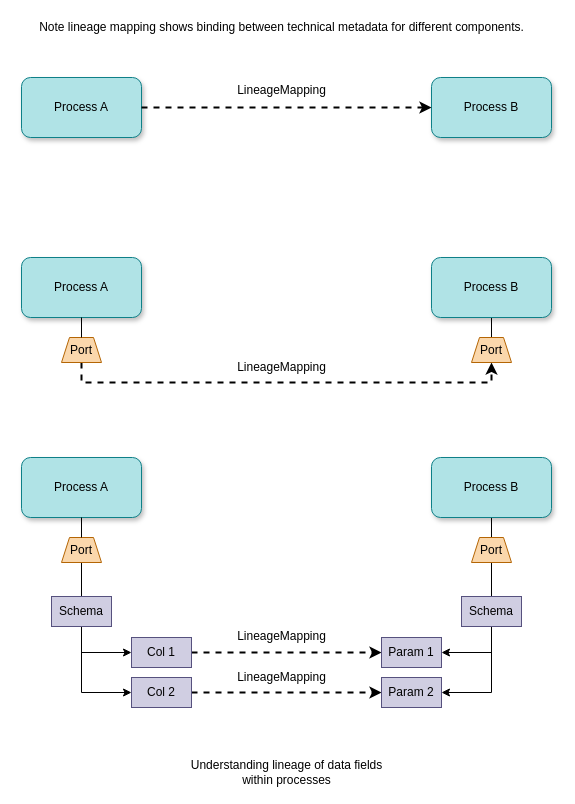
This is page "understanding-data-fields" (5 of 8) of site/docs/features/lineage-management/lineage.drawio from odpi/egeria-docs, a draw.io file, before an edit. Source tidied: cells renumbered, new cells numbered last; positions are measured from the earlier drawing's top-left corner, leaving out a move shared by most shapes. Both pictures are drawn from the tidied source at 100%, with x=0, y=0 at pixel (21, 17).
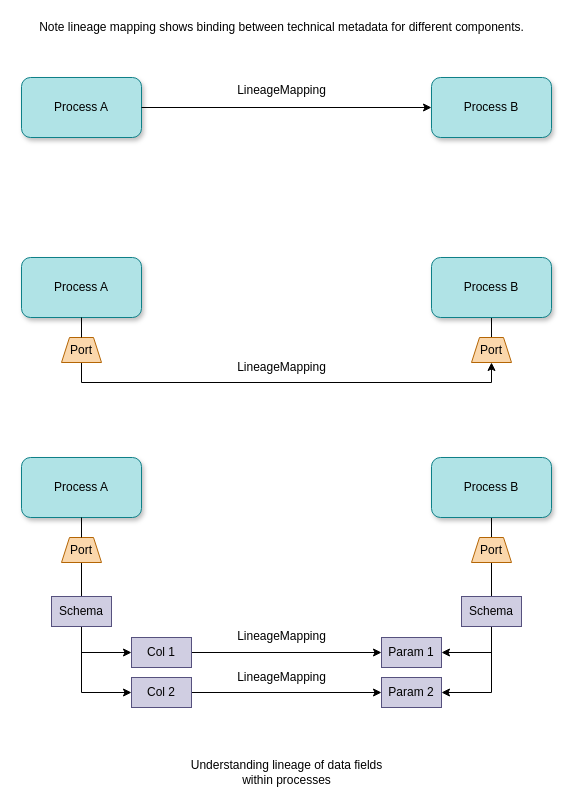
The same page after the edit.

Unchanged cells that the change refers to:
```xml
<mxCell id="10" value="Col 1" style="rounded=0;whiteSpace=wrap;html=1;fillColor=#d0cee2;strokeColor=#56517e;" parent="1" vertex="1">
  <mxGeometry x="110" y="620" width="60" height="30" as="geometry" />
</mxCell>
<mxCell id="12" value="Col 2" style="rounded=0;whiteSpace=wrap;html=1;fillColor=#d0cee2;strokeColor=#56517e;" parent="1" vertex="1">
  <mxGeometry x="110" y="660" width="60" height="30" as="geometry" />
</mxCell>
<mxCell id="18" value="Param 1" style="rounded=0;whiteSpace=wrap;html=1;fillColor=#d0cee2;strokeColor=#56517e;" parent="1" vertex="1">
  <mxGeometry x="360" y="620" width="60" height="30" as="geometry" />
</mxCell>
<mxCell id="19" value="Param 2" style="rounded=0;whiteSpace=wrap;html=1;fillColor=#d0cee2;strokeColor=#56517e;" parent="1" vertex="1">
  <mxGeometry x="360" y="660" width="60" height="30" as="geometry" />
</mxCell>
<mxCell id="30" value="Port" style="shape=trapezoid;perimeter=trapezoidPerimeter;whiteSpace=wrap;html=1;rotation=0;fillColor=#fad7ac;strokeColor=#b46504;" parent="1" vertex="1">
  <mxGeometry x="450" y="320" width="40" height="25" as="geometry" />
</mxCell>
<mxCell id="31" value="Port" style="shape=trapezoid;perimeter=trapezoidPerimeter;whiteSpace=wrap;html=1;rotation=0;fillColor=#fad7ac;strokeColor=#b46504;" parent="1" vertex="1">
  <mxGeometry x="40" y="320" width="40" height="25" as="geometry" />
</mxCell>
<mxCell id="33" value="Process A" style="rounded=1;whiteSpace=wrap;html=1;fillColor=#b0e3e6;strokeColor=#0e8088;shadow=1;" parent="1" vertex="1">
  <mxGeometry y="60" width="120" height="60" as="geometry" />
</mxCell>
<mxCell id="34" value="Process B" style="rounded=1;whiteSpace=wrap;html=1;fillColor=#b0e3e6;strokeColor=#0e8088;shadow=1;" parent="1" vertex="1">
  <mxGeometry x="410" y="60" width="120" height="60" as="geometry" />
</mxCell>
```

Change to the diagram source:
```diff
@@
-    <mxCell id="9" style="edgeStyle=orthogonalEdgeStyle;rounded=0;jettySize=auto;html=1;startArrow=none;startFill=0;endArrow=classic;endFill=1;dashed=1;strokeWidth=2;" parent="1" edge="1" source="10" target="18">
+    <mxCell id="9" style="edgeStyle=orthogonalEdgeStyle;rounded=0;jettySize=auto;html=1;startArrow=none;startFill=0;endArrow=classic;endFill=1;strokeWidth=1;" parent="1" edge="1" source="10" target="18">
       <mxGeometry relative="1" as="geometry" />
     </mxCell>
@@
-    <mxCell id="11" style="edgeStyle=orthogonalEdgeStyle;rounded=0;jettySize=auto;html=1;exitX=1;exitY=0.5;exitDx=0;exitDy=0;startArrow=none;startFill=0;endArrow=classic;endFill=1;dashed=1;strokeWidth=2;" parent="1" edge="1" source="12" target="19">
+    <mxCell id="11" style="edgeStyle=orthogonalEdgeStyle;rounded=0;jettySize=auto;html=1;exitX=1;exitY=0.5;exitDx=0;exitDy=0;startArrow=none;startFill=0;endArrow=classic;endFill=1;strokeWidth=1;" parent="1" edge="1" source="12" target="19">
       <mxGeometry relative="1" as="geometry" />
     </mxCell>
@@
-    <mxCell id="29" style="edgeStyle=orthogonalEdgeStyle;rounded=0;jettySize=auto;html=1;startArrow=none;startFill=0;endArrow=classic;endFill=1;dashed=1;strokeWidth=2;exitX=0.5;exitY=1;exitDx=0;exitDy=0;entryX=0.5;entryY=1;entryDx=0;entryDy=0;" parent="1" edge="1" source="31" target="30">
+    <mxCell id="29" style="edgeStyle=orthogonalEdgeStyle;rounded=0;jettySize=auto;html=1;startArrow=none;startFill=0;endArrow=classic;endFill=1;strokeWidth=1;exitX=0.5;exitY=1;exitDx=0;exitDy=0;entryX=0.5;entryY=1;entryDx=0;entryDy=0;" parent="1" edge="1" source="31" target="30">
       <mxGeometry relative="1" as="geometry" />
     </mxCell>
@@
-    <mxCell id="35" style="edgeStyle=orthogonalEdgeStyle;rounded=0;jettySize=auto;html=1;startArrow=none;startFill=0;endArrow=classic;endFill=1;dashed=1;strokeWidth=2;exitX=1;exitY=0.5;exitDx=0;exitDy=0;" parent="1" edge="1" source="33" target="34">
+    <mxCell id="35" style="edgeStyle=orthogonalEdgeStyle;rounded=0;jettySize=auto;html=1;startArrow=none;startFill=0;endArrow=classic;endFill=1;strokeWidth=1;exitX=1;exitY=0.5;exitDx=0;exitDy=0;" parent="1" edge="1" source="33" target="34">
       <mxGeometry relative="1" as="geometry" />
     </mxCell>
```
